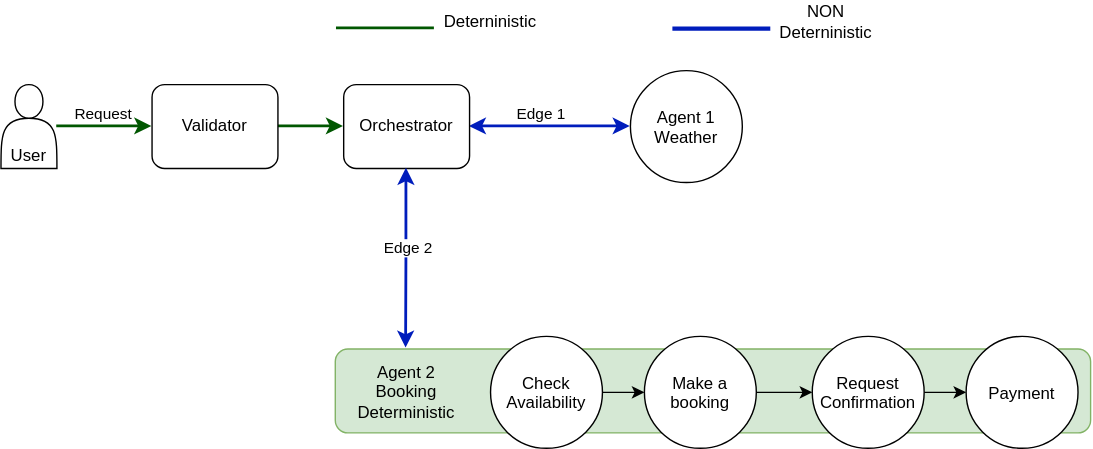
Earlier version of the draw.io export multiAgent.svg (kieran-travis/drawio). Source tidied: cells renumbered, new cells last; positions are measured from the earlier drawing's top-left corner, leaving out a move shared by most shapes.
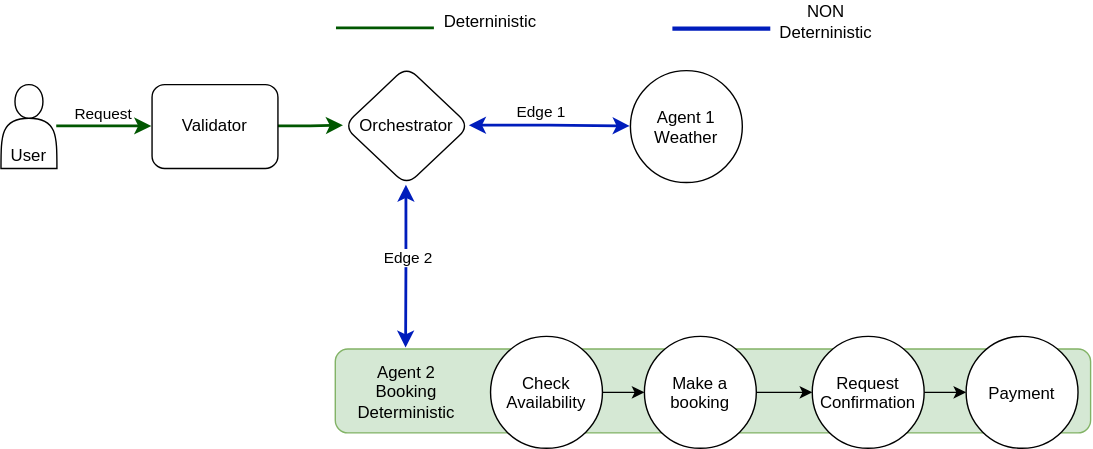
The same file after the commit.

Commit message:
diamond orchestrator

The edit, as a diff of the source:
```diff
@@ -2,7 +2,7 @@
   <root>
     <mxCell id="0" />
     <mxCell id="1" parent="0" />
-    <mxCell id="2" style="edgeStyle=orthogonalEdgeStyle;rounded=0;jettySize=auto;html=1;startArrow=classic;startFill=1;fillColor=#0050ef;strokeColor=#001DBC;strokeWidth=2;" parent="1" edge="1" source="4" target="7">
+    <mxCell id="2" style="edgeStyle=orthogonalEdgeStyle;rounded=0;jettySize=auto;html=1;startArrow=classic;startFill=1;fillColor=#0050ef;strokeColor=#001DBC;strokeWidth=2;exitX=1;exitY=0.5;exitDx=0;exitDy=0;" parent="1" edge="1" source="4" target="7">
       <mxGeometry relative="1" as="geometry" />
     </mxCell>
     <mxCell id="3" value="Edge 1" style="edgeLabel;html=1;align=center;verticalAlign=middle;" parent="2" vertex="1">
@@ -10,10 +10,7 @@
         <mxPoint x="6" y="-7" as="offset" />
       </mxGeometry>
     </mxCell>
-    <mxCell id="4" value="Orchestrator" style="rounded=1;whiteSpace=wrap;html=1;" parent="1" vertex="1">
-      <mxGeometry x="245" y="60" width="90" height="60" as="geometry" />
-    </mxCell>
-    <mxCell id="5" style="edgeStyle=orthogonalEdgeStyle;rounded=0;jettySize=auto;html=1;fillColor=#008a00;strokeColor=#005700;strokeWidth=2;" parent="1" edge="1" source="21" target="4">
+    <mxCell id="5" style="edgeStyle=orthogonalEdgeStyle;rounded=0;jettySize=auto;html=1;fillColor=#008a00;strokeColor=#005700;strokeWidth=2;entryX=0;entryY=0.5;entryDx=0;entryDy=0;" parent="1" edge="1" source="21" target="4">
       <mxGeometry relative="1" as="geometry" />
     </mxCell>
     <mxCell id="6" value="User" style="shape=actor;whiteSpace=wrap;html=1;verticalAlign=bottom;" parent="1" vertex="1">
@@ -49,7 +46,7 @@
     <mxCell id="16" value="Agent 2&lt;div&gt;Booking&lt;/div&gt;&lt;div&gt;Deterministic&lt;/div&gt;" style="text;html=1;whiteSpace=wrap;strokeColor=none;fillColor=none;align=center;verticalAlign=middle;rounded=0;" parent="1" vertex="1">
       <mxGeometry x="260" y="265" width="60" height="30" as="geometry" />
     </mxCell>
-    <mxCell id="17" style="edgeStyle=orthogonalEdgeStyle;rounded=0;jettySize=auto;html=1;entryX=0.094;entryY=-0.008;entryDx=0;entryDy=0;entryPerimeter=0;startArrow=classic;startFill=1;fillColor=#0050ef;strokeColor=#001DBC;strokeWidth=2;" parent="1" edge="1" source="4" target="8">
+    <mxCell id="17" style="edgeStyle=orthogonalEdgeStyle;rounded=0;jettySize=auto;html=1;entryX=0.094;entryY=-0.008;entryDx=0;entryDy=0;entryPerimeter=0;startArrow=classic;startFill=1;fillColor=#0050ef;strokeColor=#001DBC;strokeWidth=2;exitX=0.5;exitY=1;exitDx=0;exitDy=0;" parent="1" edge="1" source="4" target="8">
       <mxGeometry relative="1" as="geometry" />
     </mxCell>
     <mxCell id="18" value="Edge 2" style="edgeLabel;html=1;align=center;verticalAlign=middle;" parent="17" vertex="1">
@@ -84,5 +81,8 @@
     <mxCell id="25" value="NON Deterninistic" style="text;html=1;whiteSpace=wrap;strokeColor=none;fillColor=none;align=center;verticalAlign=middle;rounded=0;" parent="1" vertex="1">
       <mxGeometry x="560" width="60" height="30" as="geometry" />
     </mxCell>
+    <mxCell id="4" value="Orchestrator" style="rhombus;whiteSpace=wrap;html=1;shapeInside=1;rounded=1;" parent="1" vertex="1">
+      <mxGeometry x="245" y="47" width="90" height="85" as="geometry" />
+    </mxCell>
   </root>
 </mxGraphModel>
```
